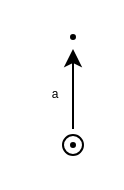
Before: img/post0_lts_arr.drawio in Michael137/michael137.github.io, a draw.io diagram. Source tidied: cells renumbered, new cells numbered last; positions are measured from the earlier drawing's top-left corner, leaving out a move shared by most shapes. Both pictures are drawn from the tidied source at 200%, with x=0, y=0 at pixel (34, 34).
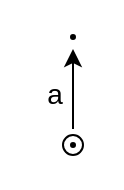
After the change.

What changed in the source:
```diff
@@
 <mxGraphModel>
   <root>
     <mxCell id="0" />
     <mxCell id="1" parent="0" />
     <mxCell id="2" style="endArrow=classic;html=1;" parent="1" edge="1">
       <mxGeometry relative="1" as="geometry">
         <mxPoint x="19" y="47" as="sourcePoint" />
         <mxPoint x="19" y="7" as="targetPoint" />
       </mxGeometry>
     </mxCell>
     <mxCell id="3" style="ellipse;whiteSpace=wrap;html=1;" parent="1" vertex="1">
       <mxGeometry x="14" y="50" width="10" height="10" as="geometry" />
     </mxCell>
     <mxCell id="4" style="ellipse;whiteSpace=wrap;html=1;fillColor=#000000;fontSize=12;" parent="1" vertex="1">
       <mxGeometry x="18" y="54" width="2" height="2" as="geometry" />
     </mxCell>
     <mxCell id="5" style="ellipse;whiteSpace=wrap;html=1;fillColor=#000000;fontSize=12;" parent="1" vertex="1">
       <mxGeometry x="18" width="2" height="2" as="geometry" />
     </mxCell>
-    <mxCell id="6" value="a" style="text;html=1;align=center;verticalAlign=middle;fontSize=6;" parent="1" vertex="1">
+    <mxCell id="6" value="&lt;font style=&quot;font-size: 14px&quot;&gt;a&lt;/font&gt;" style="text;html=1;align=center;verticalAlign=middle;fontSize=6;" parent="1" vertex="1">
       <mxGeometry y="25" width="20" height="10" as="geometry" />
     </mxCell>
   </root>
 </mxGraphModel>
```
